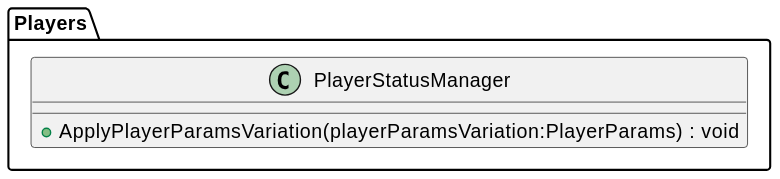
The PlantUML diagram plantuml/out/Player/PlayerStatusManager.svg in asterisk-cn/RougueShooter, before a commit. The source it was exported from:
```plantuml
@startuml
namespace Players{
class PlayerStatusManager {
    + ApplyPlayerParamsVariation(playerParamsVariation:PlayerParams) : void
}
}
@enduml
```
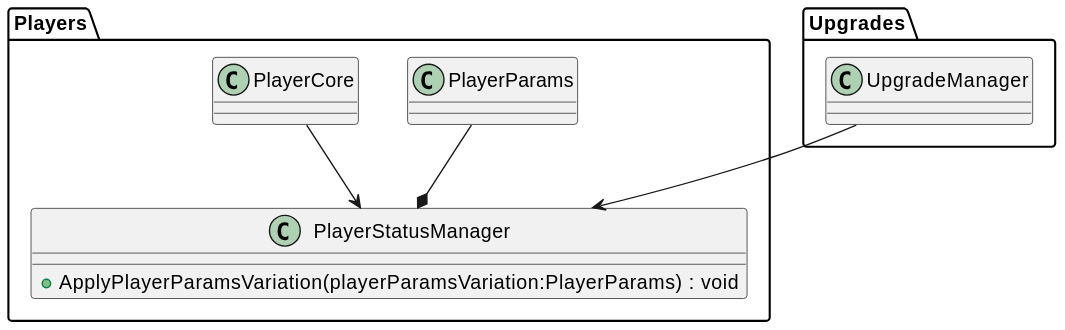
After the change.

The edit, as a diff of the source:
```diff
@@ -4,4 +4,7 @@
     + ApplyPlayerParamsVariation(playerParamsVariation:PlayerParams) : void
 }
 }
+Players.PlayerCore --> PlayerStatusManager
+Upgrades.UpgradeManager --> PlayerStatusManager
+Players.PlayerParams --* PlayerStatusManager
 @enduml
```
